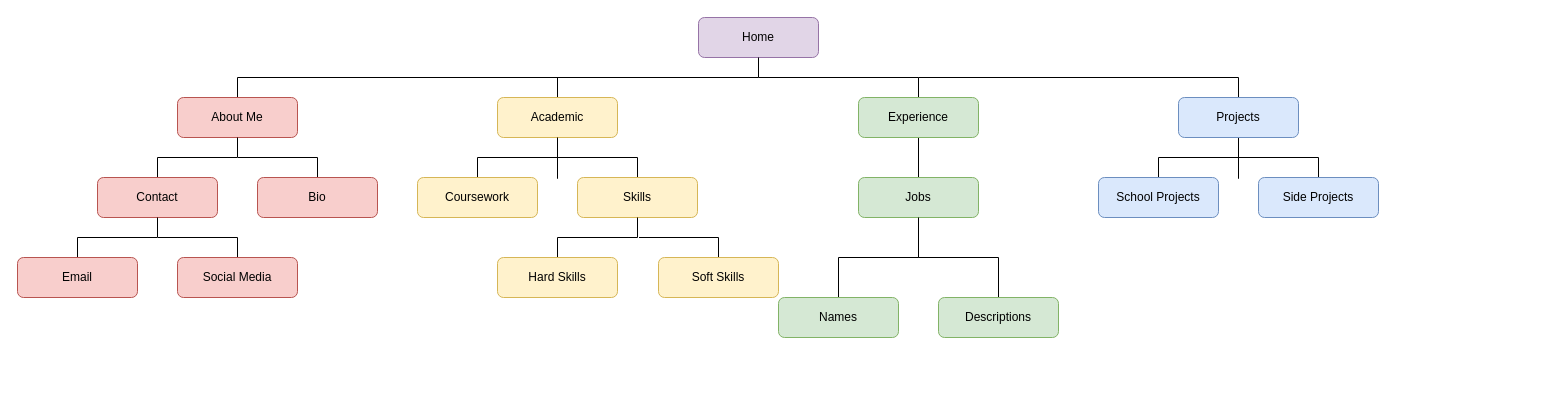
Earlier version of the draw.io diagram Untitled Diagram.drawio (PhingTaing/CSE-134B). Source tidied: cells renumbered, new cells numbered last; positions are measured from the earlier drawing's top-left corner, leaving out a move shared by most shapes. Both pictures are drawn from the tidied source at 100%, with x=0, y=0 at pixel (17, 17).
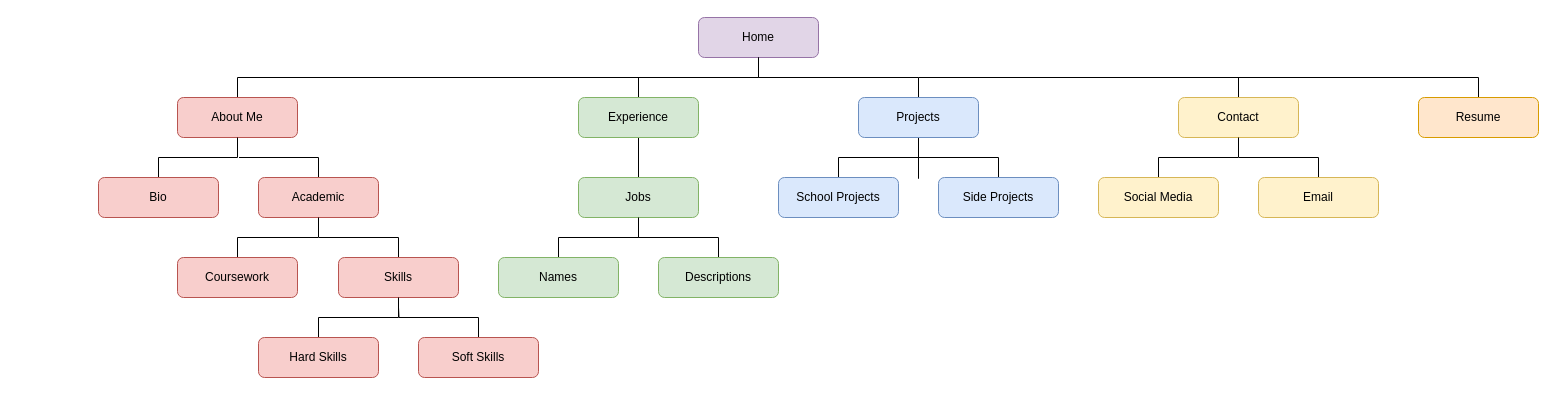
Above is the later version.

Commit message:
Site Map Diagram

The change refers to these unchanged cells:
```xml
<mxCell id="2" value="Home" style="rounded=1;whiteSpace=wrap;html=1;fillColor=#e1d5e7;strokeColor=#9673a6;" parent="1" vertex="1">
  <mxGeometry x="681" width="120" height="40" as="geometry" />
</mxCell>
<mxCell id="4" value="About Me" style="rounded=1;whiteSpace=wrap;html=1;fillColor=#f8cecc;strokeColor=#b85450;" parent="1" vertex="1">
  <mxGeometry x="160" y="80" width="120" height="40" as="geometry" />
</mxCell>
```

Diff of the diagram source:
```diff
@@
-    <mxCell id="5" style="edgeStyle=orthogonalEdgeStyle;rounded=0;jettySize=auto;html=1;exitX=0.5;exitY=0;exitDx=0;exitDy=0;endArrow=none;endFill=0;" parent="1" edge="1" source="7">
-      <mxGeometry relative="1" as="geometry">
-        <mxPoint x="741" y="60" as="targetPoint" />
-        <Array as="points">
-          <mxPoint x="901" y="60" />
-        </Array>
-      </mxGeometry>
-    </mxCell>
@@
+    <mxCell id="37" style="edgeStyle=orthogonalEdgeStyle;rounded=0;jettySize=auto;html=1;exitX=0.5;exitY=0;exitDx=0;exitDy=0;endArrow=none;endFill=0;" parent="1" edge="1" source="7">
+      <mxGeometry relative="1" as="geometry">
+        <mxPoint x="621" y="60" as="targetPoint" />
+      </mxGeometry>
+    </mxCell>
     <mxCell id="7" value="Experience" style="rounded=1;whiteSpace=wrap;html=1;fillColor=#d5e8d4;strokeColor=#82b366;" parent="1" vertex="1">
-      <mxGeometry x="841" y="80" width="120" height="40" as="geometry" />
+      <mxGeometry x="561" y="80" width="120" height="40" as="geometry" />
     </mxCell>
-    <mxCell id="8" style="edgeStyle=orthogonalEdgeStyle;rounded=0;jettySize=auto;html=1;exitX=0.5;exitY=0;exitDx=0;exitDy=0;endArrow=none;endFill=0;" parent="1" edge="1" source="10">
-      <mxGeometry relative="1" as="geometry">
-        <mxPoint x="901" y="60" as="targetPoint" />
-        <Array as="points">
-          <mxPoint x="1221" y="60" />
-        </Array>
-      </mxGeometry>
-    </mxCell>
@@
+    <mxCell id="38" style="edgeStyle=orthogonalEdgeStyle;rounded=0;jettySize=auto;html=1;exitX=0.5;exitY=0;exitDx=0;exitDy=0;entryX=0.5;entryY=1;entryDx=0;entryDy=0;endArrow=none;endFill=0;" parent="1" edge="1" source="10" target="2">
+      <mxGeometry relative="1" as="geometry">
+        <Array as="points">
+          <mxPoint x="901" y="60" />
+          <mxPoint x="741" y="60" />
+        </Array>
+      </mxGeometry>
+    </mxCell>
     <mxCell id="10" value="Projects" style="rounded=1;whiteSpace=wrap;html=1;fillColor=#dae8fc;strokeColor=#6c8ebf;" parent="1" vertex="1">
-      <mxGeometry x="1161" y="80" width="120" height="40" as="geometry" />
+      <mxGeometry x="841" y="80" width="120" height="40" as="geometry" />
     </mxCell>
-    <mxCell id="11" style="edgeStyle=orthogonalEdgeStyle;rounded=0;jettySize=auto;html=1;exitX=0.5;exitY=0;exitDx=0;exitDy=0;entryX=0.5;entryY=1;entryDx=0;entryDy=0;endArrow=none;endFill=0;" parent="1" edge="1" source="12" target="4">
-      <mxGeometry relative="1" as="geometry" />
-    </mxCell>
+    <mxCell id="39" style="edgeStyle=orthogonalEdgeStyle;rounded=0;jettySize=auto;html=1;exitX=0.5;exitY=0;exitDx=0;exitDy=0;endArrow=none;endFill=0;" parent="1" edge="1" source="12">
+      <mxGeometry relative="1" as="geometry">
+        <mxPoint x="1221" y="60" as="targetPoint" />
+      </mxGeometry>
+    </mxCell>
-    <mxCell id="12" value="Contact" style="rounded=1;whiteSpace=wrap;html=1;fillColor=#f8cecc;strokeColor=#b85450;" parent="1" vertex="1">
-      <mxGeometry x="80" y="160" width="120" height="40" as="geometry" />
+    <mxCell id="12" value="Contact" style="rounded=1;whiteSpace=wrap;html=1;fillColor=#fff2cc;strokeColor=#d6b656;" parent="1" vertex="1">
+      <mxGeometry x="1161" y="80" width="120" height="40" as="geometry" />
     </mxCell>
-    <mxCell id="13" style="edgeStyle=orthogonalEdgeStyle;rounded=0;jettySize=auto;html=1;exitX=0.5;exitY=0;exitDx=0;exitDy=0;entryX=0.5;entryY=1;entryDx=0;entryDy=0;endArrow=none;endFill=0;" parent="1" edge="1" source="14" target="12">
-      <mxGeometry relative="1" as="geometry" />
-    </mxCell>
+    <mxCell id="40" style="edgeStyle=orthogonalEdgeStyle;rounded=0;jettySize=auto;html=1;exitX=0.5;exitY=0;exitDx=0;exitDy=0;endArrow=none;endFill=0;" parent="1" edge="1" source="14">
+      <mxGeometry relative="1" as="geometry">
+        <mxPoint x="1221" y="140" as="targetPoint" />
+      </mxGeometry>
+    </mxCell>
-    <mxCell id="14" value="Email" style="rounded=1;whiteSpace=wrap;html=1;fillColor=#f8cecc;strokeColor=#b85450;" parent="1" vertex="1">
-      <mxGeometry y="240" width="120" height="40" as="geometry" />
+    <mxCell id="14" value="Email" style="rounded=1;whiteSpace=wrap;html=1;fillColor=#fff2cc;strokeColor=#d6b656;" parent="1" vertex="1">
+      <mxGeometry x="1241" y="160" width="120" height="40" as="geometry" />
     </mxCell>
-    <mxCell id="15" style="edgeStyle=orthogonalEdgeStyle;rounded=0;jettySize=auto;html=1;exitX=0.5;exitY=0;exitDx=0;exitDy=0;endArrow=none;endFill=0;" parent="1" edge="1" source="16">
-      <mxGeometry relative="1" as="geometry">
-        <mxPoint x="140" y="220" as="targetPoint" />
-      </mxGeometry>
-    </mxCell>
+    <mxCell id="41" style="edgeStyle=orthogonalEdgeStyle;rounded=0;jettySize=auto;html=1;exitX=0.5;exitY=0;exitDx=0;exitDy=0;entryX=0.5;entryY=1;entryDx=0;entryDy=0;endArrow=none;endFill=0;" parent="1" edge="1" source="16" target="12">
+      <mxGeometry relative="1" as="geometry" />
+    </mxCell>
-    <mxCell id="16" value="Social Media" style="rounded=1;whiteSpace=wrap;html=1;fillColor=#f8cecc;strokeColor=#b85450;" parent="1" vertex="1">
-      <mxGeometry x="160" y="240" width="120" height="40" as="geometry" />
+    <mxCell id="16" value="Social Media" style="rounded=1;whiteSpace=wrap;html=1;fillColor=#fff2cc;strokeColor=#d6b656;" parent="1" vertex="1">
+      <mxGeometry x="1081" y="160" width="120" height="40" as="geometry" />
     </mxCell>
-    <mxCell id="17" style="edgeStyle=orthogonalEdgeStyle;rounded=0;jettySize=auto;html=1;exitX=0.5;exitY=0;exitDx=0;exitDy=0;endArrow=none;endFill=0;" parent="1" edge="1" source="18">
-      <mxGeometry relative="1" as="geometry">
-        <mxPoint x="540" y="60" as="targetPoint" />
-      </mxGeometry>
-    </mxCell>
+    <mxCell id="42" style="edgeStyle=orthogonalEdgeStyle;rounded=0;jettySize=auto;html=1;exitX=0.5;exitY=0;exitDx=0;exitDy=0;endArrow=none;endFill=0;" parent="1" edge="1" source="18">
+      <mxGeometry relative="1" as="geometry">
+        <mxPoint x="221" y="140" as="targetPoint" />
+      </mxGeometry>
+    </mxCell>
-    <mxCell id="18" value="Academic" style="rounded=1;whiteSpace=wrap;html=1;fillColor=#fff2cc;strokeColor=#d6b656;" parent="1" vertex="1">
-      <mxGeometry x="480" y="80" width="120" height="40" as="geometry" />
+    <mxCell id="18" value="Academic" style="rounded=1;whiteSpace=wrap;html=1;fillColor=#f8cecc;strokeColor=#b85450;" parent="1" vertex="1">
+      <mxGeometry x="241" y="160" width="120" height="40" as="geometry" />
     </mxCell>
-    <mxCell id="19" style="edgeStyle=orthogonalEdgeStyle;rounded=0;jettySize=auto;html=1;exitX=0.5;exitY=0;exitDx=0;exitDy=0;endArrow=none;endFill=0;" parent="1" edge="1" source="20">
-      <mxGeometry relative="1" as="geometry">
-        <mxPoint x="220" y="140" as="targetPoint" />
-      </mxGeometry>
-    </mxCell>
+    <mxCell id="43" style="edgeStyle=orthogonalEdgeStyle;rounded=0;jettySize=auto;html=1;exitX=0.5;exitY=0;exitDx=0;exitDy=0;entryX=0.5;entryY=1;entryDx=0;entryDy=0;endArrow=none;endFill=0;" parent="1" edge="1" source="20" target="4">
+      <mxGeometry relative="1" as="geometry" />
+    </mxCell>
     <mxCell id="20" value="Bio" style="rounded=1;whiteSpace=wrap;html=1;fillColor=#f8cecc;strokeColor=#b85450;" parent="1" vertex="1">
-      <mxGeometry x="240" y="160" width="120" height="40" as="geometry" />
+      <mxGeometry x="81" y="160" width="120" height="40" as="geometry" />
     </mxCell>
-    <mxCell id="21" style="edgeStyle=orthogonalEdgeStyle;rounded=0;jettySize=auto;html=1;exitX=0.5;exitY=0;exitDx=0;exitDy=0;endArrow=none;endFill=0;" parent="1" edge="1" source="22">
-      <mxGeometry relative="1" as="geometry">
-        <mxPoint x="540" y="140" as="targetPoint" />
-      </mxGeometry>
-    </mxCell>
+    <mxCell id="44" style="edgeStyle=orthogonalEdgeStyle;rounded=0;jettySize=auto;html=1;exitX=0.5;exitY=0;exitDx=0;exitDy=0;entryX=0.5;entryY=1;entryDx=0;entryDy=0;endArrow=none;endFill=0;" parent="1" edge="1" source="22" target="18">
+      <mxGeometry relative="1" as="geometry" />
+    </mxCell>
-    <mxCell id="22" value="Coursework" style="rounded=1;whiteSpace=wrap;html=1;fillColor=#fff2cc;strokeColor=#d6b656;" parent="1" vertex="1">
-      <mxGeometry x="400" y="160" width="120" height="40" as="geometry" />
+    <mxCell id="22" value="Coursework" style="rounded=1;whiteSpace=wrap;html=1;fillColor=#f8cecc;strokeColor=#b85450;" parent="1" vertex="1">
+      <mxGeometry x="160" y="240" width="120" height="40" as="geometry" />
     </mxCell>
-    <mxCell id="23" style="edgeStyle=orthogonalEdgeStyle;rounded=0;jettySize=auto;html=1;exitX=0.5;exitY=0;exitDx=0;exitDy=0;entryX=0.5;entryY=1;entryDx=0;entryDy=0;endArrow=none;endFill=0;" parent="1" edge="1" source="24" target="18">
-      <mxGeometry relative="1" as="geometry" />
-    </mxCell>
+    <mxCell id="45" style="edgeStyle=orthogonalEdgeStyle;rounded=0;jettySize=auto;html=1;exitX=0.5;exitY=0;exitDx=0;exitDy=0;endArrow=none;endFill=0;" parent="1" edge="1" source="24">
+      <mxGeometry relative="1" as="geometry">
+        <mxPoint x="301" y="220" as="targetPoint" />
+      </mxGeometry>
+    </mxCell>
-    <mxCell id="24" value="Skills" style="rounded=1;whiteSpace=wrap;html=1;fillColor=#fff2cc;strokeColor=#d6b656;" parent="1" vertex="1">
-      <mxGeometry x="560" y="160" width="120" height="40" as="geometry" />
+    <mxCell id="24" value="Skills" style="rounded=1;whiteSpace=wrap;html=1;fillColor=#f8cecc;strokeColor=#b85450;" parent="1" vertex="1">
+      <mxGeometry x="321" y="240" width="120" height="40" as="geometry" />
     </mxCell>
-    <mxCell id="25" style="edgeStyle=orthogonalEdgeStyle;rounded=0;jettySize=auto;html=1;entryX=0.5;entryY=1;entryDx=0;entryDy=0;endArrow=none;endFill=0;" parent="1" edge="1" source="26" target="24">
+    <mxCell id="25" style="edgeStyle=orthogonalEdgeStyle;rounded=0;jettySize=auto;html=1;exitX=0.5;exitY=0;exitDx=0;exitDy=0;entryX=0.5;entryY=1;entryDx=0;entryDy=0;endArrow=none;endFill=0;" parent="1" edge="1" source="26" target="24">
       <mxGeometry relative="1" as="geometry" />
     </mxCell>
-    <mxCell id="26" value="Hard Skills" style="rounded=1;whiteSpace=wrap;html=1;fillColor=#fff2cc;strokeColor=#d6b656;" parent="1" vertex="1">
-      <mxGeometry x="480" y="240" width="120" height="40" as="geometry" />
+    <mxCell id="26" value="Hard Skills" style="rounded=1;whiteSpace=wrap;html=1;fillColor=#f8cecc;strokeColor=#b85450;" parent="1" vertex="1">
+      <mxGeometry x="241" y="320" width="120" height="40" as="geometry" />
     </mxCell>
-    <mxCell id="27" style="edgeStyle=orthogonalEdgeStyle;rounded=0;jettySize=auto;html=1;exitX=0.5;exitY=0;exitDx=0;exitDy=0;endArrow=none;endFill=0;" parent="1" edge="1" source="28">
-      <mxGeometry relative="1" as="geometry">
-        <mxPoint x="621" y="220" as="targetPoint" />
-      </mxGeometry>
-    </mxCell>
+    <mxCell id="46" style="edgeStyle=orthogonalEdgeStyle;rounded=0;jettySize=auto;html=1;exitX=0.5;exitY=0;exitDx=0;exitDy=0;endArrow=none;endFill=0;" parent="1" edge="1" source="28">
+      <mxGeometry relative="1" as="geometry">
+        <mxPoint x="381" y="290" as="targetPoint" />
+      </mxGeometry>
+    </mxCell>
-    <mxCell id="28" value="Soft Skills" style="rounded=1;whiteSpace=wrap;html=1;fillColor=#fff2cc;strokeColor=#d6b656;" parent="1" vertex="1">
-      <mxGeometry x="641" y="240" width="120" height="40" as="geometry" />
+    <mxCell id="28" value="Soft Skills" style="rounded=1;whiteSpace=wrap;html=1;fillColor=#f8cecc;strokeColor=#b85450;" parent="1" vertex="1">
+      <mxGeometry x="401" y="320" width="120" height="40" as="geometry" />
     </mxCell>
@@
     <mxCell id="30" value="Jobs" style="rounded=1;whiteSpace=wrap;html=1;fillColor=#d5e8d4;strokeColor=#82b366;" parent="1" vertex="1">
-      <mxGeometry x="841" y="160" width="120" height="40" as="geometry" />
+      <mxGeometry x="561" y="160" width="120" height="40" as="geometry" />
     </mxCell>
     <mxCell id="31" value="Names" style="rounded=1;whiteSpace=wrap;html=1;fillColor=#d5e8d4;strokeColor=#82b366;" parent="1" vertex="1">
-      <mxGeometry x="761" y="280" width="120" height="40" as="geometry" />
+      <mxGeometry x="481" y="240" width="120" height="40" as="geometry" />
     </mxCell>
@@
     <mxCell id="33" value="Descriptions" style="rounded=1;whiteSpace=wrap;html=1;fillColor=#d5e8d4;strokeColor=#82b366;" parent="1" vertex="1">
-      <mxGeometry x="921" y="280" width="120" height="40" as="geometry" />
+      <mxGeometry x="641" y="240" width="120" height="40" as="geometry" />
     </mxCell>
-    <mxCell id="34" style="edgeStyle=orthogonalEdgeStyle;rounded=0;jettySize=auto;html=1;exitX=0.5;exitY=0;exitDx=0;exitDy=0;endArrow=none;endFill=0;" parent="1" edge="1" source="35">
-      <mxGeometry relative="1" as="geometry">
-        <mxPoint x="1221" y="140" as="targetPoint" />
-      </mxGeometry>
-    </mxCell>
+    <mxCell id="47" style="edgeStyle=orthogonalEdgeStyle;rounded=0;jettySize=auto;html=1;exitX=0.5;exitY=0;exitDx=0;exitDy=0;endArrow=none;endFill=0;" parent="1" edge="1" source="35">
+      <mxGeometry relative="1" as="geometry">
+        <mxPoint x="901" y="140" as="targetPoint" />
+      </mxGeometry>
+    </mxCell>
     <mxCell id="35" value="School Projects" style="rounded=1;whiteSpace=wrap;html=1;fillColor=#dae8fc;strokeColor=#6c8ebf;" parent="1" vertex="1">
-      <mxGeometry x="1081" y="160" width="120" height="40" as="geometry" />
+      <mxGeometry x="761" y="160" width="120" height="40" as="geometry" />
     </mxCell>
     <mxCell id="36" value="Side Projects" style="rounded=1;whiteSpace=wrap;html=1;fillColor=#dae8fc;strokeColor=#6c8ebf;" parent="1" vertex="1">
-      <mxGeometry x="1241" y="160" width="120" height="40" as="geometry" />
+      <mxGeometry x="921" y="160" width="120" height="40" as="geometry" />
     </mxCell>
+    <mxCell id="48" style="edgeStyle=orthogonalEdgeStyle;rounded=0;jettySize=auto;html=1;exitX=0.5;exitY=0;exitDx=0;exitDy=0;endArrow=none;endFill=0;" parent="1" edge="1" source="49">
+      <mxGeometry relative="1" as="geometry">
+        <mxPoint x="901" y="60" as="targetPoint" />
+        <Array as="points">
+          <mxPoint x="1461" y="60" />
+        </Array>
+      </mxGeometry>
+    </mxCell>
+    <mxCell id="49" value="Resume" style="rounded=1;whiteSpace=wrap;html=1;fillColor=#ffe6cc;strokeColor=#d79b00;" parent="1" vertex="1">
+      <mxGeometry x="1401" y="80" width="120" height="40" as="geometry" />
+    </mxCell>
```
